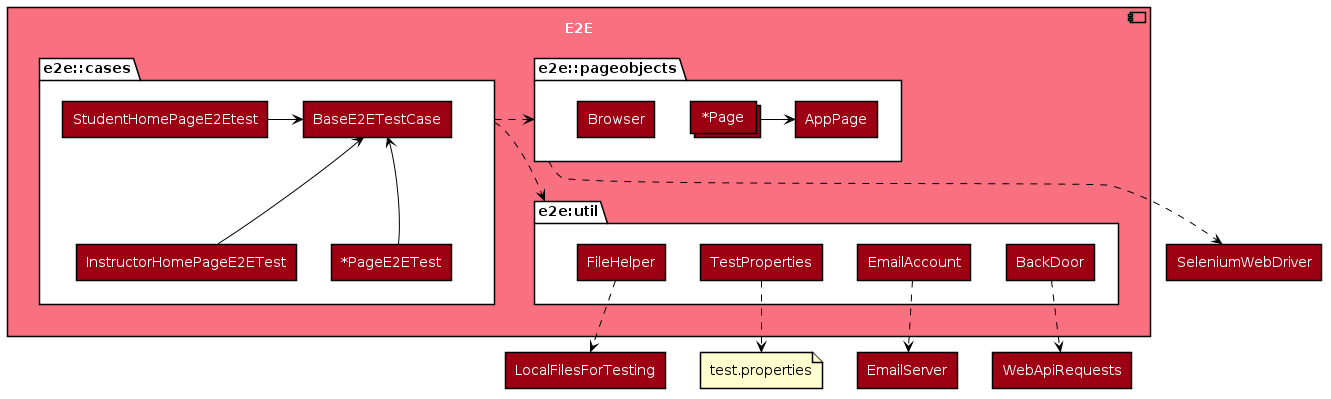
Earlier version of the PlantUML export diagrams/E2EComponent.png (meet0806/teammates). Its source is kept beside it as diagrams/E2EComponent.puml.
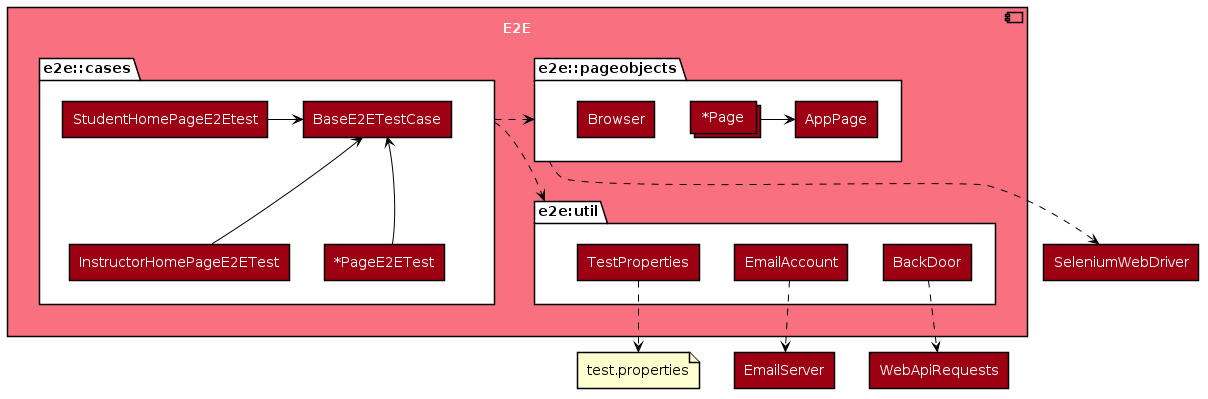
Above is the later version.

Change to the diagram source:
```diff
@@ -22,7 +22,6 @@
     }
 
     package "e2e:util" as Util {
-        rectangle FileHelper
         rectangle TestProperties
         rectangle EmailAccount
         rectangle BackDoor
@@ -31,14 +30,12 @@
 
 file test.properties
 rectangle SeleniumWebDriver
-rectangle LocalFilesForTesting
 rectangle EmailServer
 rectangle WebApiRequests
 
 PageObjects ..> SeleniumWebDriver
 Cases ..> Util
 Cases ..> PageObjects
-FileHelper ..> LocalFilesForTesting
 TestProperties ..> test.properties
 EmailAccount ..> EmailServer
 BackDoor ..> WebApiRequests
@@ -52,14 +49,11 @@
 BaseE2ETestCase -[hidden]down- InstructorHomePageE2ETest
 BaseE2ETestCase -[hidden]down- PageE2ETest
 
-FileHelper -[hidden]right- TestProperties
 TestProperties -[hidden]right- EmailAccount
 EmailAccount -[hidden]right- BackDoor
 
-LocalFilesForTesting -[hidden]right- test.properties
 test.properties -[hidden]right- EmailServer
 EmailServer -[hidden]right- WebApiRequests
-PageE2ETest -[hidden]down- LocalFilesForTesting
 
 Cases -[hidden]right- Util
 Util -[hidden]left- Cases
```
